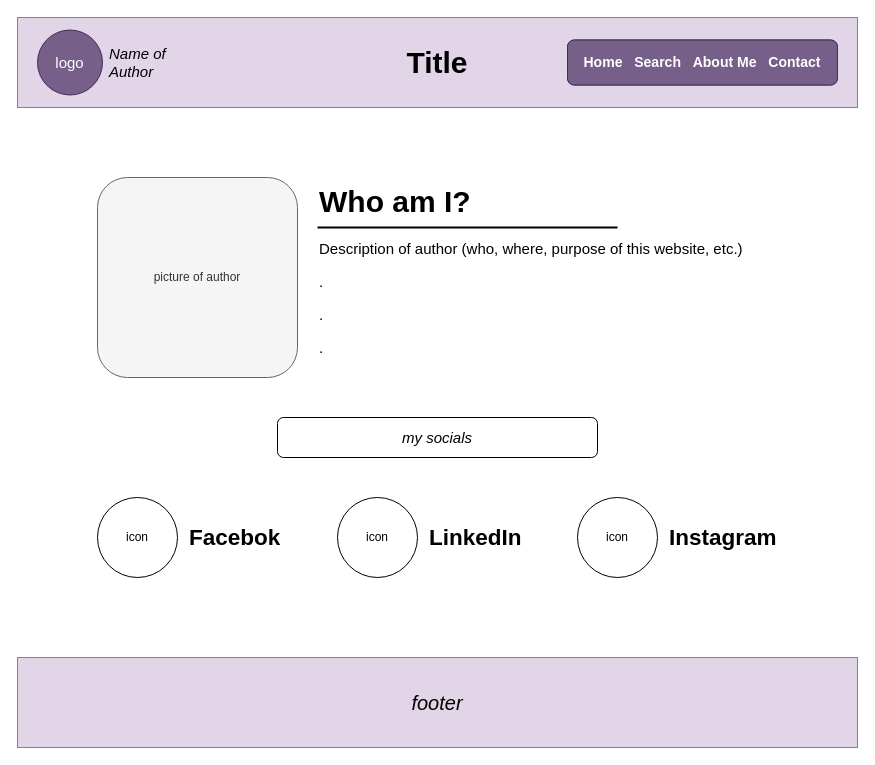
Earlier version of the draw.io diagram page "About Me Page" (3 of 4) of project/images/Desktop-SitePlan.drawio (xandrineshu/wdd131). Source tidied: cells renumbered, new cells numbered last; positions are measured from the earlier drawing's top-left corner, leaving out a move shared by most shapes. Both pictures are drawn from the tidied source at 100%, with x=0, y=0 at pixel (17, 17).
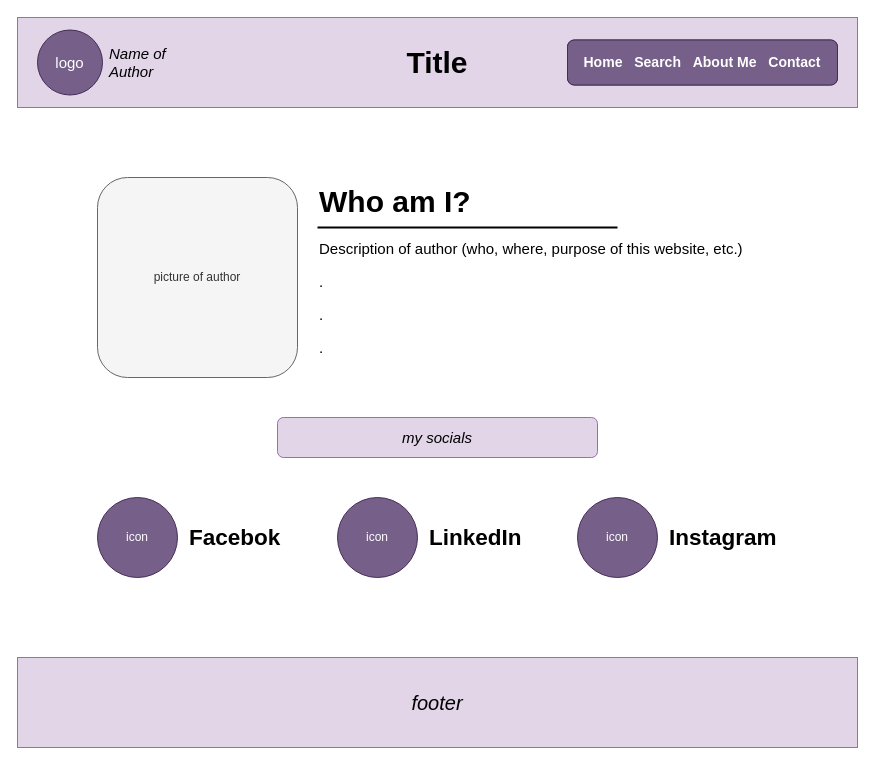
The same page after the edit.

The edit, as a diff of the source:
```diff
@@
-<mxGraphModel>
+<mxGraphModel background="#FFFFFF">
   <root>
     <mxCell id="0" />
     <mxCell id="1" parent="0" />
     <mxCell id="2" value="&lt;h1&gt;&lt;font style=&quot;font-size: 30px;&quot;&gt;&lt;b style=&quot;&quot;&gt;Title&lt;/b&gt;&lt;/font&gt;&lt;/h1&gt;" style="rounded=0;whiteSpace=wrap;html=1;fillColor=#e1d5e7;strokeColor=#9673a6;" parent="1" vertex="1">
       <mxGeometry width="840" height="90" as="geometry" />
     </mxCell>
     <mxCell id="3" value="&lt;font style=&quot;font-size: 15px;&quot;&gt;logo&lt;/font&gt;" style="ellipse;whiteSpace=wrap;html=1;fillColor=#76608a;strokeColor=#432D57;fontColor=#ffffff;" parent="1" vertex="1">
       <mxGeometry x="20" y="12.5" width="65" height="65" as="geometry" />
     </mxCell>
     <mxCell id="4" value="&lt;h3&gt;&lt;font style=&quot;font-size: 15px;&quot;&gt;Home - Search - About Me - Contact&lt;/font&gt;&lt;/h3&gt;" style="rounded=1;whiteSpace=wrap;html=1;fillColor=#76608a;fontColor=#ffffff;strokeColor=#432D57;fontSize=15;" parent="1" vertex="1">
       <mxGeometry x="550" y="22.5" width="270" height="45" as="geometry" />
     </mxCell>
     <mxCell id="5" value="&lt;i&gt;Name of Author&lt;/i&gt;" style="text;html=1;align=left;verticalAlign=middle;whiteSpace=wrap;rounded=0;fontSize=15;" parent="1" vertex="1">
       <mxGeometry x="90" y="30" width="80" height="30" as="geometry" />
     </mxCell>
     <mxCell id="6" value="&lt;font style=&quot;font-size: 20px;&quot;&gt;footer&lt;/font&gt;" style="rounded=0;whiteSpace=wrap;html=1;fillColor=#e1d5e7;strokeColor=#9673a6;fontStyle=2;" parent="1" vertex="1">
       <mxGeometry y="640" width="840" height="90" as="geometry" />
     </mxCell>
     <mxCell id="7" value="picture of author" style="rounded=1;whiteSpace=wrap;html=1;fillColor=#f5f5f5;fontColor=#333333;strokeColor=#666666;" parent="1" vertex="1">
       <mxGeometry x="80" y="160" width="200" height="200" as="geometry" />
     </mxCell>
     <mxCell id="8" value="&lt;h1 style=&quot;margin-top: 0px;&quot;&gt;Who am I?&lt;/h1&gt;&lt;p&gt;Description of author (who, where, purpose of this website, etc.)&lt;/p&gt;&lt;p&gt;.&lt;/p&gt;&lt;p&gt;.&lt;/p&gt;&lt;p&gt;.&lt;/p&gt;" style="text;html=1;whiteSpace=wrap;overflow=hidden;rounded=0;fontSize=15;" parent="1" vertex="1">
       <mxGeometry x="300" y="160" width="460" height="200" as="geometry" />
     </mxCell>
     <mxCell id="9" style="endArrow=none;html=1;rounded=0;strokeWidth=2;" parent="1" edge="1">
       <mxGeometry relative="1" as="geometry">
         <mxPoint x="300" y="210" as="sourcePoint" />
         <mxPoint x="600" y="210" as="targetPoint" />
       </mxGeometry>
     </mxCell>
-    <mxCell id="10" value="my socials" style="rounded=1;whiteSpace=wrap;html=1;fontSize=15;fontStyle=2;" parent="1" vertex="1">
+    <mxCell id="10" value="my socials" style="rounded=1;whiteSpace=wrap;html=1;fontSize=15;fontStyle=2;fillColor=#e1d5e7;strokeColor=#9673a6;" parent="1" vertex="1">
       <mxGeometry x="260" y="400" width="320" height="40" as="geometry" />
     </mxCell>
-    <mxCell id="11" value="icon" style="ellipse;whiteSpace=wrap;html=1;" parent="1" vertex="1">
+    <mxCell id="11" value="icon" style="ellipse;whiteSpace=wrap;html=1;fillColor=#76608a;fontColor=#ffffff;strokeColor=#432D57;" parent="1" vertex="1">
       <mxGeometry x="80" y="480" width="80" height="80" as="geometry" />
     </mxCell>
-    <mxCell id="12" value="icon" style="ellipse;whiteSpace=wrap;html=1;" parent="1" vertex="1">
+    <mxCell id="12" value="icon" style="ellipse;whiteSpace=wrap;html=1;fillColor=#76608a;fontColor=#ffffff;strokeColor=#432D57;" parent="1" vertex="1">
       <mxGeometry x="320" y="480" width="80" height="80" as="geometry" />
     </mxCell>
-    <mxCell id="13" value="icon" style="ellipse;whiteSpace=wrap;html=1;" parent="1" vertex="1">
+    <mxCell id="13" value="icon" style="ellipse;whiteSpace=wrap;html=1;fillColor=#76608a;fontColor=#ffffff;strokeColor=#432D57;" parent="1" vertex="1">
       <mxGeometry x="560" y="480" width="80" height="80" as="geometry" />
     </mxCell>
     <mxCell id="14" value="&lt;h2&gt;Facebok&lt;/h2&gt;" style="text;html=1;align=left;verticalAlign=middle;whiteSpace=wrap;rounded=0;fontSize=15;" parent="1" vertex="1">
       <mxGeometry x="170" y="505" width="110" height="30" as="geometry" />
     </mxCell>
     <mxCell id="15" value="&lt;h2&gt;Instagram&lt;/h2&gt;" style="text;html=1;align=left;verticalAlign=middle;whiteSpace=wrap;rounded=0;fontSize=15;" parent="1" vertex="1">
       <mxGeometry x="650" y="505" width="140" height="30" as="geometry" />
     </mxCell>
     <mxCell id="16" value="&lt;h2&gt;LinkedIn&lt;/h2&gt;" style="text;html=1;align=left;verticalAlign=middle;whiteSpace=wrap;rounded=0;fontSize=15;" parent="1" vertex="1">
       <mxGeometry x="410" y="505" width="100" height="30" as="geometry" />
     </mxCell>
     <mxCell id="17" value="&lt;h3&gt;&lt;font&gt;Home&amp;nbsp; &amp;nbsp;Search&amp;nbsp; &amp;nbsp;About Me&amp;nbsp; &amp;nbsp;Contact&lt;/font&gt;&lt;/h3&gt;" style="rounded=1;whiteSpace=wrap;html=1;fillColor=#76608a;fontColor=#ffffff;strokeColor=#432D57;fontSize=12;" parent="1" vertex="1">
       <mxGeometry x="550" y="22.5" width="270" height="45" as="geometry" />
     </mxCell>
   </root>
 </mxGraphModel>
```
